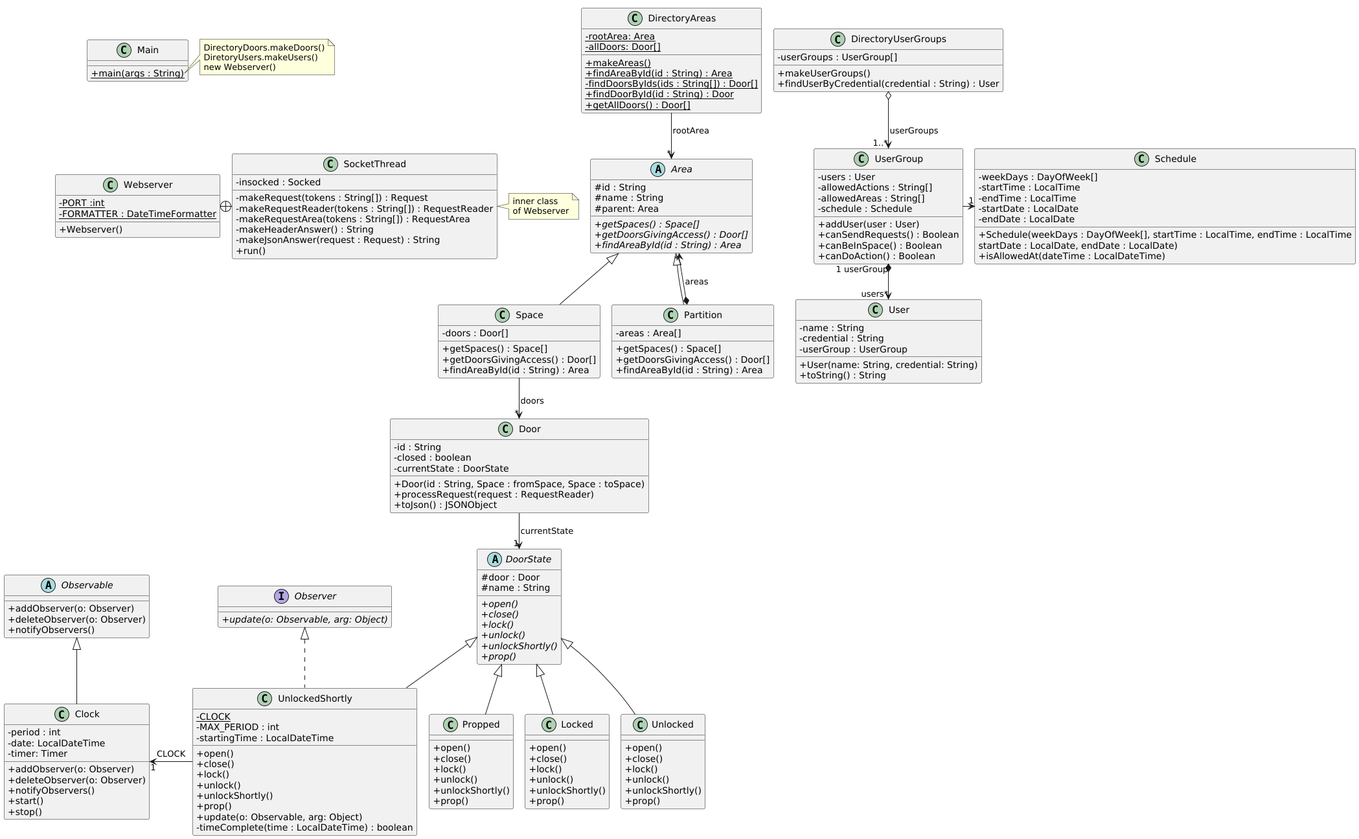
cantepoler/acs_uab keeps this PlantUML diagram as src/baseNoStates/uml/base_no_states.png. Above is the earlier version. Source of this version:
```plantuml
@startuml
skinparam classAttributeIconSize 0
!pragma layout smetana

class Webserver {
- {static} PORT :int
- {static} FORMATTER : DateTimeFormatter
+ Webserver()
}

class SocketThread {
- insocked : Socked
- makeRequest(tokens : String[]) : Request
- makeRequestReader(tokens : String[]) : RequestReader
- makeRequestArea(tokens : String[]) : RequestArea
- makeHeaderAnswer() : String
- makeJsonAnswer(request : Request) : String
+ run()
}

Webserver +-right- SocketThread

note right of SocketThread
inner class
of Webserver
end note

class DirectoryAreas
{
{static}-rootArea: Area
{static}-allDoors: Door[]
{static}+makeAreas()
{static}+findAreaById(id : String) : Area
{static}-findDoorsByIds(ids : String[]) : Door[]
{static}+findDoorById(id : String) : Door
{static}+getAllDoors() : Door[]
}

DirectoryAreas --> "*" Area : "rootArea"

class Door {
- id : String
- closed : boolean
- currentState : DoorState
+ Door(id : String, Space : fromSpace, Space : toSpace)
+ processRequest(request : RequestReader)
+ toJson() : JSONObject


}

class DirectoryUserGroups {
- userGroups : UserGroup[]
+ makeUserGroups()
+ findUserByCredential(credential : String) : User
}

DirectoryUserGroups o--> "1..*" UserGroup : "userGroups"
UserGroup "1 userGroup"*-->"users*" User

class UserGroup {
- users : User
- allowedActions : String[]
- allowedAreas : String[]
- schedule : Schedule
+ addUser(user : User)
+ canSendRequests() : Boolean
+ canBeInSpace() : Boolean
+ canDoAction() : Boolean
}

UserGroup -right->"1" Schedule

class Schedule {
- weekDays : DayOfWeek[]
- startTime : LocalTime
- endTime : LocalTime
- startDate : LocalDate
- endDate : LocalDate

+ Schedule(weekDays : DayOfWeek[], startTime : LocalTime, endTime : LocalTime
    startDate : LocalDate, endDate : LocalDate)
+ isAllowedAt(dateTime : LocalDateTime)
}

class User {
- name : String
- credential : String
- userGroup : UserGroup
+ User(name: String, credential: String)
+ toString() : String
}


class Main {
+ {static} main(args : String)
}

abstract DoorState{
# door : Door
# name : String
{abstract}+ open()
{abstract}+ close()
{abstract}+ lock()
{abstract}+ unlock()
{abstract}+ unlockShortly()
{abstract}+ prop()
}

class Locked extends DoorState{
+ open()
+ close()
+ lock()
+ unlock()
+ unlockShortly()
+ prop()
}

class Unlocked extends DoorState{
+ open()
+ close()
+ lock()
+ unlock()
+ unlockShortly()
+ prop()
}

interface Observer{
{abstract}+ update(o: Observable, arg: Object)
}

class UnlockedShortly extends DoorState implements Observer{
{static}- CLOCK
-MAX_PERIOD : int
-startingTime : LocalDateTime
+ open()
+ close()
+ lock()
+ unlock()
+ unlockShortly()
+ prop()
+ update(o: Observable, arg: Object)
-timeComplete(time : LocalDateTime) : boolean
}

class Propped extends DoorState{
+ open()
+ close()
+ lock()
+ unlock()
+ unlockShortly()
+ prop()
}

abstract Area{
#id : String
#name : String
#parent: Area
{abstract}+ getSpaces() : Space[]
{abstract}+ getDoorsGivingAccess() : Door[]
{abstract}+ findAreaById(id : String) : Area
}

class Space extends Area{
- doors : Door[]
+ getSpaces() : Space[]
+ getDoorsGivingAccess() : Door[]
+ findAreaById(id : String) : Area
}

class Partition extends Area{
- areas : Area[]
+ getSpaces() : Space[]
+ getDoorsGivingAccess() : Door[]
+ findAreaById(id : String) : Area
}

abstract Observable {
+addObserver(o: Observer)
+deleteObserver(o: Observer)
+notifyObservers()
}

class Clock extends Observable {
-period : int
-date: LocalDateTime
-timer: Timer
+addObserver(o: Observer)
+deleteObserver(o: Observer)
+notifyObservers()
+start()
+stop()
}

UnlockedShortly -left->"1" Clock : CLOCK

note right of Main::main
DirectoryDoors.makeDoors()
DiretoryUsers.makeUsers()
new Webserver()
end note

Main -[hidden]down- Webserver
Door -->"1" DoorState : currentState
Partition *-->"*" Area : areas
Space -->"*" Door : doors
@enduml
```
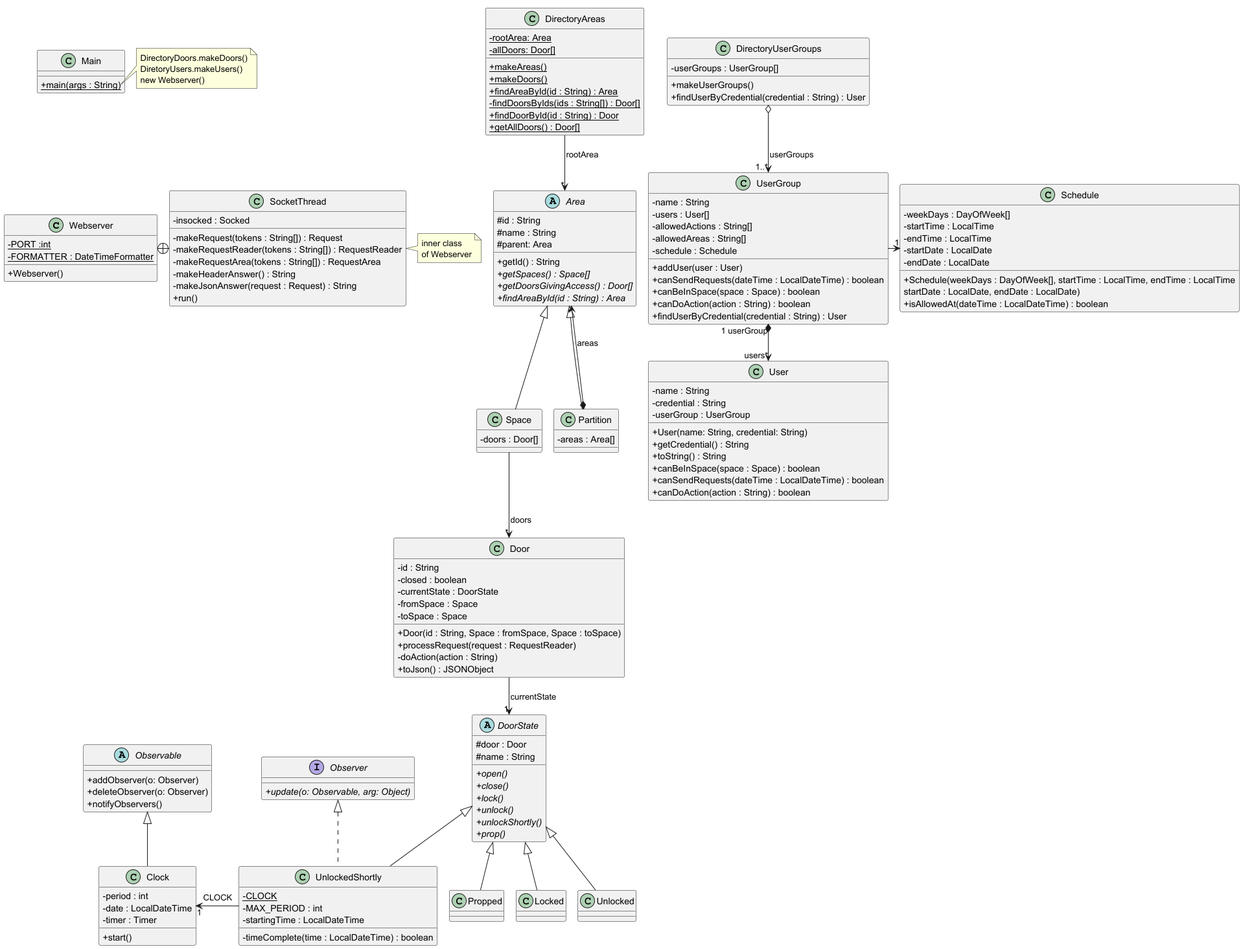
Above is the later version.

Commit message:
UML completed

Change to the diagram source:
```diff
@@ -30,6 +30,7 @@
 {static}-rootArea: Area
 {static}-allDoors: Door[]
 {static}+makeAreas()
+{static}+makeDoors()
 {static}+findAreaById(id : String) : Area
 {static}-findDoorsByIds(ids : String[]) : Door[]
 {static}+findDoorById(id : String) : Door
@@ -42,11 +43,12 @@
 - id : String
 - closed : boolean
 - currentState : DoorState
+- fromSpace : Space
+- toSpace : Space
 + Door(id : String, Space : fromSpace, Space : toSpace)
 + processRequest(request : RequestReader)
+- doAction(action : String)
 + toJson() : JSONObject
-
-
 }
 
 class DirectoryUserGroups {
@@ -59,14 +61,16 @@
 UserGroup "1 userGroup"*-->"users*" User
 
 class UserGroup {
-- users : User
+- name : String
+- users : User[]
 - allowedActions : String[]
 - allowedAreas : String[]
 - schedule : Schedule
 + addUser(user : User)
-+ canSendRequests() : Boolean
-+ canBeInSpace() : Boolean
-+ canDoAction() : Boolean
++ canSendRequests(dateTime : LocalDateTime) : boolean
++ canBeInSpace(space : Space) : boolean
++ canDoAction(action : String) : boolean
++ findUserByCredential(credential : String) : User
 }
 
 UserGroup -right->"1" Schedule
@@ -80,7 +84,7 @@
 
 + Schedule(weekDays : DayOfWeek[], startTime : LocalTime, endTime : LocalTime
     startDate : LocalDate, endDate : LocalDate)
-+ isAllowedAt(dateTime : LocalDateTime)
++ isAllowedAt(dateTime : LocalDateTime) : boolean
 }
 
 class User {
@@ -88,7 +92,11 @@
 - credential : String
 - userGroup : UserGroup
 + User(name: String, credential: String)
++ getCredential() : String
 + toString() : String
++ canBeInSpace(space : Space) : boolean
++ canSendRequests(dateTime : LocalDateTime) : boolean
++ canDoAction(action : String) : boolean
 }
 
 
@@ -108,21 +116,9 @@
 }
 
 class Locked extends DoorState{
-+ open()
-+ close()
-+ lock()
-+ unlock()
-+ unlockShortly()
-+ prop()
 }
 
 class Unlocked extends DoorState{
-+ open()
-+ close()
-+ lock()
-+ unlock()
-+ unlockShortly()
-+ prop()
 }
 
 interface Observer{
@@ -131,31 +127,19 @@
 
 class UnlockedShortly extends DoorState implements Observer{
 {static}- CLOCK
--MAX_PERIOD : int
--startingTime : LocalDateTime
-+ open()
-+ close()
-+ lock()
-+ unlock()
-+ unlockShortly()
-+ prop()
-+ update(o: Observable, arg: Object)
--timeComplete(time : LocalDateTime) : boolean
+- MAX_PERIOD : int
+- startingTime : LocalDateTime
+- timeComplete(time : LocalDateTime) : boolean
 }
 
 class Propped extends DoorState{
-+ open()
-+ close()
-+ lock()
-+ unlock()
-+ unlockShortly()
-+ prop()
 }
 
 abstract Area{
 #id : String
 #name : String
 #parent: Area
++ getId() : String
 {abstract}+ getSpaces() : Space[]
 {abstract}+ getDoorsGivingAccess() : Door[]
 {abstract}+ findAreaById(id : String) : Area
@@ -163,33 +147,23 @@
 
 class Space extends Area{
 - doors : Door[]
-+ getSpaces() : Space[]
-+ getDoorsGivingAccess() : Door[]
-+ findAreaById(id : String) : Area
 }
 
 class Partition extends Area{
 - areas : Area[]
-+ getSpaces() : Space[]
-+ getDoorsGivingAccess() : Door[]
-+ findAreaById(id : String) : Area
 }
 
 abstract Observable {
-+addObserver(o: Observer)
-+deleteObserver(o: Observer)
-+notifyObservers()
++ addObserver(o: Observer)
++ deleteObserver(o: Observer)
++ notifyObservers()
 }
 
 class Clock extends Observable {
--period : int
--date: LocalDateTime
--timer: Timer
-+addObserver(o: Observer)
-+deleteObserver(o: Observer)
-+notifyObservers()
-+start()
-+stop()
+- period : int
+- date : LocalDateTime
+- timer : Timer
++ start()
 }
 
 UnlockedShortly -left->"1" Clock : CLOCK
```
